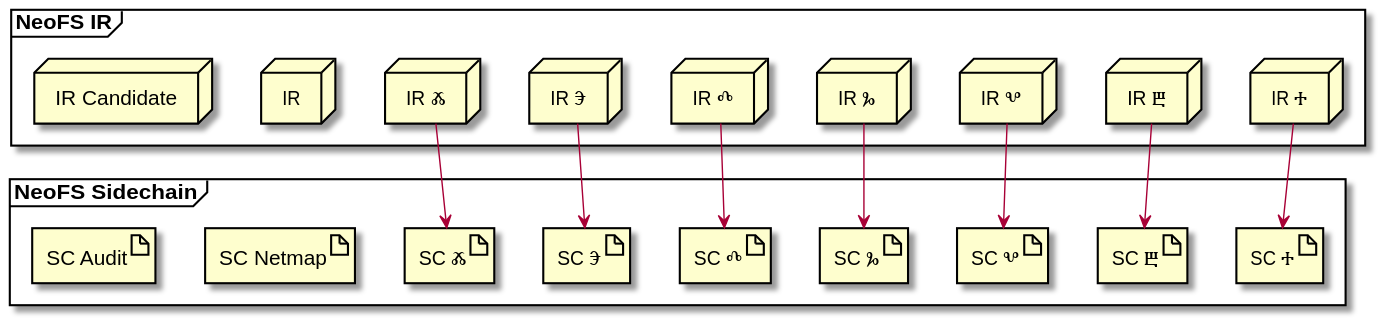
Before: 06-blockchain/pic/gov-scir.svg, a diagram exported from PlantUML (nspcc-dev/neofs-spec).
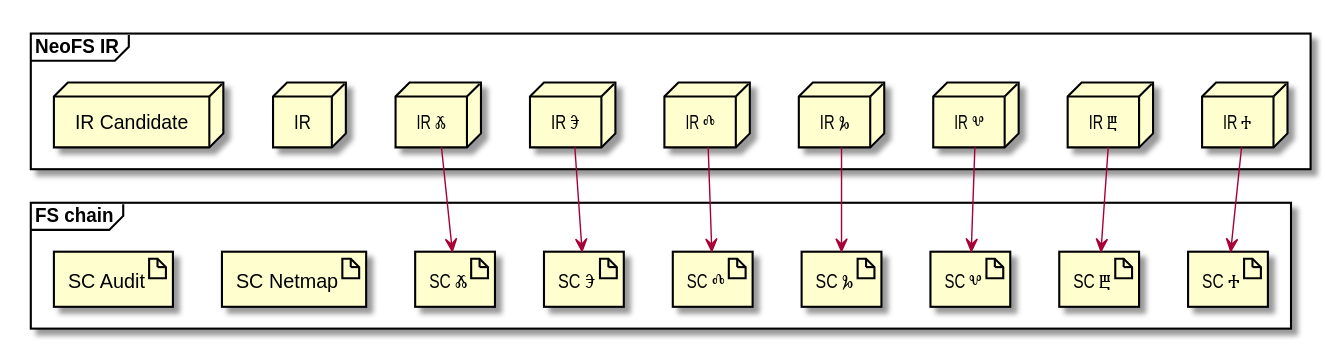
After the commit.

The edit, as a diff of the source:
```diff
@@ -15,7 +15,7 @@
 
 }
 
-frame "NeoFS Sidechain" {
+frame "FS chain" {
 artifact "SC Ⰰ" as SCAz
 artifact "SC Ⰱ" as SCBuky
 artifact "SC Ⰲ" as SCVedi
```
